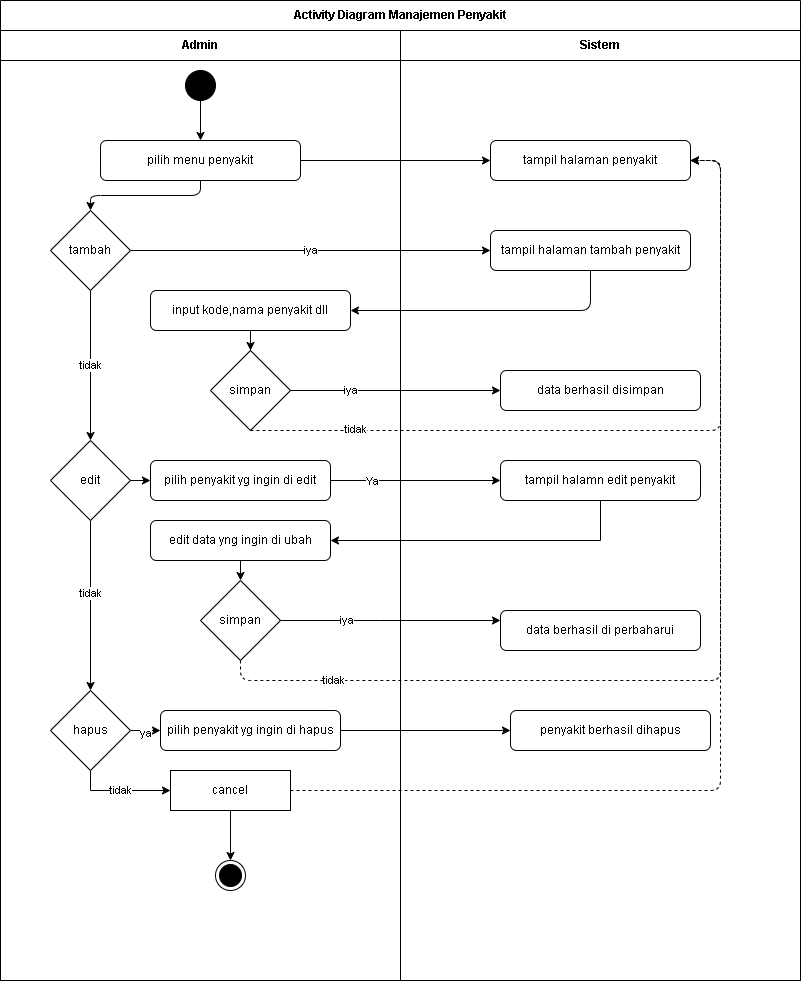
The draw.io diagram diagram/Activity/admin_penyakit.png in Jinsky/Jinsky, before a commit. Source tidied: cells renumbered, new cells last; positions are measured from the earlier drawing's top-left corner, leaving out a move shared by most shapes.
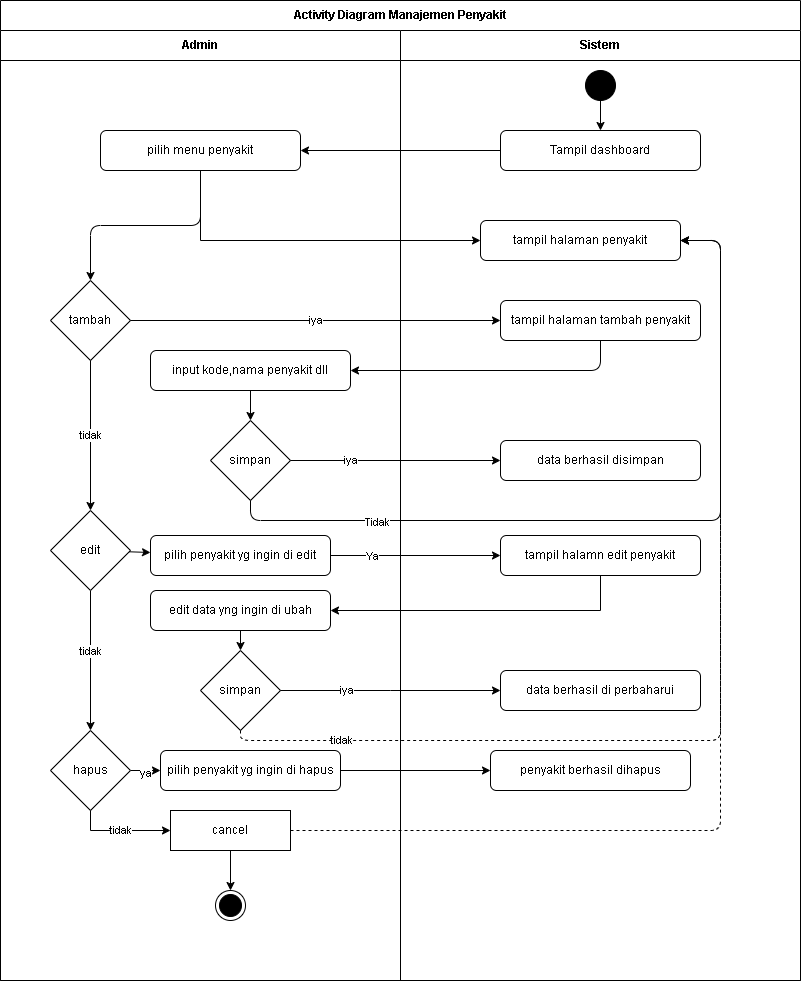
After the commit.

What changed in the source:
```diff
@@ -8,23 +8,20 @@
     <mxCell id="3" value="Admin" style="swimlane;html=1;startSize=30;whiteSpace=wrap;" parent="2" vertex="1">
       <mxGeometry y="30" width="400" height="950" as="geometry" />
     </mxCell>
-    <mxCell id="4" style="ellipse;whiteSpace=wrap;html=1;fillColor=#000000;" parent="3" vertex="1">
-      <mxGeometry x="185" y="40" width="30" height="30" as="geometry" />
-    </mxCell>
     <mxCell id="5" style="edgeStyle=orthogonalEdgeStyle;html=1;" parent="3" edge="1" source="6" target="7">
       <mxGeometry relative="1" as="geometry" />
     </mxCell>
     <mxCell id="6" value="pilih menu penyakit" style="rounded=1;whiteSpace=wrap;html=1;" parent="3" vertex="1">
-      <mxGeometry x="100" y="110" width="200" height="40" as="geometry" />
+      <mxGeometry x="100" y="100" width="200" height="40" as="geometry" />
     </mxCell>
     <mxCell id="7" value="tambah" style="rhombus;whiteSpace=wrap;html=1;" parent="3" vertex="1">
-      <mxGeometry x="50" y="180" width="80" height="80" as="geometry" />
+      <mxGeometry x="50" y="250" width="80" height="80" as="geometry" />
     </mxCell>
     <mxCell id="8" value="input kode,nama penyakit dll" style="rounded=1;whiteSpace=wrap;html=1;" parent="3" vertex="1">
-      <mxGeometry x="150" y="260" width="200" height="40" as="geometry" />
+      <mxGeometry x="150" y="320" width="200" height="40" as="geometry" />
     </mxCell>
     <mxCell id="9" value="simpan" style="rhombus;whiteSpace=wrap;html=1;" parent="3" vertex="1">
-      <mxGeometry x="210" y="320" width="80" height="80" as="geometry" />
+      <mxGeometry x="210" y="390" width="80" height="80" as="geometry" />
     </mxCell>
     <mxCell id="10" style="edgeStyle=none;html=1;entryX=0.5;entryY=0;entryDx=0;entryDy=0;" parent="3" edge="1" source="13" target="19">
       <mxGeometry relative="1" as="geometry" />
@@ -36,16 +33,16 @@
       <mxGeometry relative="1" as="geometry" />
     </mxCell>
     <mxCell id="13" value="edit" style="rhombus;whiteSpace=wrap;html=1;" parent="3" vertex="1">
-      <mxGeometry x="50" y="410" width="80" height="80" as="geometry" />
+      <mxGeometry x="50" y="480" width="80" height="80" as="geometry" />
     </mxCell>
     <mxCell id="14" style="edgeStyle=none;html=1;" parent="3" edge="1" source="15" target="16">
       <mxGeometry relative="1" as="geometry" />
     </mxCell>
     <mxCell id="15" value="edit data yng ingin di ubah" style="rounded=1;whiteSpace=wrap;html=1;" parent="3" vertex="1">
-      <mxGeometry x="150" y="490" width="180" height="40" as="geometry" />
+      <mxGeometry x="150" y="560" width="180" height="40" as="geometry" />
     </mxCell>
     <mxCell id="16" value="simpan" style="rhombus;whiteSpace=wrap;html=1;" parent="3" vertex="1">
-      <mxGeometry x="200" y="550" width="80" height="80" as="geometry" />
+      <mxGeometry x="200" y="620" width="80" height="80" as="geometry" />
     </mxCell>
     <mxCell id="17" style="edgeStyle=none;html=1;" parent="3" edge="1" source="19" target="24">
       <mxGeometry relative="1" as="geometry" />
@@ -54,55 +51,53 @@
       <mxGeometry x="-0.04" y="-2" relative="1" as="geometry" />
     </mxCell>
     <mxCell id="19" value="hapus" style="rhombus;whiteSpace=wrap;html=1;" parent="3" vertex="1">
-      <mxGeometry x="50" y="660" width="80" height="80" as="geometry" />
+      <mxGeometry x="50" y="700" width="80" height="80" as="geometry" />
     </mxCell>
     <mxCell id="20" style="edgeStyle=none;html=1;" parent="3" edge="1" source="21" target="22">
       <mxGeometry relative="1" as="geometry" />
     </mxCell>
     <mxCell id="21" value="cancel" style="rounded=1;whiteSpace=wrap;html=1;arcSize=0;" parent="3" vertex="1">
-      <mxGeometry x="170" y="740" width="120" height="40" as="geometry" />
+      <mxGeometry x="170" y="780" width="120" height="40" as="geometry" />
     </mxCell>
     <mxCell id="22" style="ellipse;html=1;shape=endState;fillColor=#000000;strokeColor=#000000;" parent="3" vertex="1">
-      <mxGeometry x="215" y="830" width="30" height="30" as="geometry" />
+      <mxGeometry x="215" y="860" width="30" height="30" as="geometry" />
     </mxCell>
     <mxCell id="23" value="pilih penyakit yg ingin di edit" style="rounded=1;whiteSpace=wrap;html=1;" parent="3" vertex="1">
-      <mxGeometry x="150" y="430" width="180" height="40" as="geometry" />
+      <mxGeometry x="150" y="505" width="180" height="40" as="geometry" />
     </mxCell>
     <mxCell id="24" value="pilih penyakit yg ingin di hapus" style="rounded=1;whiteSpace=wrap;html=1;" parent="3" vertex="1">
-      <mxGeometry x="160" y="680" width="180" height="40" as="geometry" />
+      <mxGeometry x="160" y="720" width="180" height="40" as="geometry" />
     </mxCell>
     <mxCell id="25" value="Sistem" style="swimlane;html=1;startSize=30;whiteSpace=wrap;" parent="2" vertex="1">
       <mxGeometry x="400" y="30" width="400" height="950" as="geometry" />
     </mxCell>
     <mxCell id="26" value="tampil halaman penyakit" style="rounded=1;whiteSpace=wrap;html=1;" parent="25" vertex="1">
-      <mxGeometry x="90" y="110" width="200" height="40" as="geometry" />
+      <mxGeometry x="80" y="190" width="200" height="40" as="geometry" />
     </mxCell>
     <mxCell id="27" value="tampil halaman tambah penyakit" style="rounded=1;whiteSpace=wrap;html=1;" parent="25" vertex="1">
-      <mxGeometry x="90" y="200" width="200" height="40" as="geometry" />
+      <mxGeometry x="100" y="270" width="200" height="40" as="geometry" />
     </mxCell>
     <mxCell id="28" value="data berhasil disimpan" style="rounded=1;whiteSpace=wrap;html=1;" parent="25" vertex="1">
-      <mxGeometry x="100" y="340" width="200" height="40" as="geometry" />
+      <mxGeometry x="100" y="410" width="200" height="40" as="geometry" />
     </mxCell>
     <mxCell id="29" value="tampil halamn edit penyakit" style="rounded=1;whiteSpace=wrap;html=1;" parent="25" vertex="1">
-      <mxGeometry x="100" y="430" width="200" height="40" as="geometry" />
+      <mxGeometry x="100" y="505" width="200" height="40" as="geometry" />
     </mxCell>
     <mxCell id="30" value="data berhasil di perbaharui" style="rounded=1;whiteSpace=wrap;html=1;" parent="25" vertex="1">
-      <mxGeometry x="100" y="580" width="200" height="40" as="geometry" />
+      <mxGeometry x="100" y="640" width="200" height="40" as="geometry" />
     </mxCell>
     <mxCell id="31" value="penyakit berhasil dihapus" style="rounded=1;whiteSpace=wrap;html=1;" parent="25" vertex="1">
-      <mxGeometry x="110" y="680" width="200" height="40" as="geometry" />
+      <mxGeometry x="90" y="720" width="200" height="40" as="geometry" />
     </mxCell>
-    <mxCell id="32" style="edgeStyle=orthogonalEdgeStyle;html=1;entryX=1;entryY=0.5;entryDx=0;entryDy=0;exitX=0.5;exitY=1;exitDx=0;exitDy=0;dashed=1;" parent="25" edge="1" source="9" target="26">
-      <mxGeometry relative="1" as="geometry">
-        <Array as="points">
-          <mxPoint x="320" y="400" />
-          <mxPoint x="320" y="130" />
-        </Array>
-      </mxGeometry>
-    </mxCell>
-    <mxCell id="33" value="tidak" style="edgeLabel;html=1;align=center;verticalAlign=middle;" parent="32" vertex="1">
-      <mxGeometry x="-0.73" y="2" relative="1" as="geometry" />
-    </mxCell>
+    <mxCell id="50" style="edgeStyle=none;html=1;" parent="25" edge="1" source="4" target="51">
+      <mxGeometry relative="1" as="geometry" />
+    </mxCell>
+    <mxCell id="4" style="ellipse;whiteSpace=wrap;html=1;fillColor=#000000;" parent="25" vertex="1">
+      <mxGeometry x="185" y="40" width="30" height="30" as="geometry" />
+    </mxCell>
+    <mxCell id="51" value="Tampil dashboard" style="rounded=1;whiteSpace=wrap;html=1;" parent="25" vertex="1">
+      <mxGeometry x="100" y="100" width="200" height="40" as="geometry" />
+    </mxCell>
     <mxCell id="34" style="edgeStyle=orthogonalEdgeStyle;html=1;entryX=1;entryY=0.5;entryDx=0;entryDy=0;exitX=0.5;exitY=1;exitDx=0;exitDy=0;" parent="2" edge="1" source="27" target="8">
       <mxGeometry relative="1" as="geometry" />
     </mxCell>
@@ -112,34 +107,51 @@
     <mxCell id="36" value="Ya" style="edgeLabel;html=1;align=center;verticalAlign=middle;" parent="35" vertex="1">
       <mxGeometry x="-0.51" relative="1" as="geometry" />
     </mxCell>
+    <mxCell id="39" style="edgeStyle=orthogonalEdgeStyle;html=1;exitX=1;exitY=0.5;exitDx=0;exitDy=0;entryX=1;entryY=0.5;entryDx=0;entryDy=0;dashed=1;" parent="2" edge="1" source="21" target="26">
+      <mxGeometry relative="1" as="geometry">
+        <Array as="points">
+          <mxPoint x="720" y="830" />
+          <mxPoint x="720" y="240" />
+        </Array>
+      </mxGeometry>
+    </mxCell>
+    <mxCell id="40" style="edgeStyle=none;html=1;entryX=0;entryY=0.5;entryDx=0;entryDy=0;" parent="2" edge="1" source="24" target="31">
+      <mxGeometry relative="1" as="geometry" />
+    </mxCell>
+    <mxCell id="52" style="edgeStyle=orthogonalEdgeStyle;html=1;exitX=0.5;exitY=1;exitDx=0;exitDy=0;" parent="2" edge="1" source="9">
+      <mxGeometry relative="1" as="geometry">
+        <mxPoint x="680" y="240" as="targetPoint" />
+        <Array as="points">
+          <mxPoint x="250" y="520" />
+          <mxPoint x="720" y="520" />
+          <mxPoint x="720" y="240" />
+        </Array>
+      </mxGeometry>
+    </mxCell>
+    <mxCell id="53" value="Tidak" style="edgeLabel;html=1;align=center;verticalAlign=middle;" parent="52" vertex="1">
+      <mxGeometry x="-0.64" y="-1" relative="1" as="geometry" />
+    </mxCell>
+    <mxCell id="54" style="edgeStyle=none;html=1;entryX=1;entryY=0.5;entryDx=0;entryDy=0;" parent="2" edge="1" source="51" target="6">
+      <mxGeometry relative="1" as="geometry" />
+    </mxCell>
     <mxCell id="37" style="edgeStyle=orthogonalEdgeStyle;html=1;entryX=1;entryY=0.5;entryDx=0;entryDy=0;exitX=0.5;exitY=1;exitDx=0;exitDy=0;dashed=1;" parent="2" edge="1" source="16" target="26">
       <mxGeometry relative="1" as="geometry">
         <Array as="points">
-          <mxPoint x="240" y="680" />
-          <mxPoint x="720" y="680" />
-          <mxPoint x="720" y="160" />
+          <mxPoint x="240" y="740" />
+          <mxPoint x="720" y="740" />
+          <mxPoint x="720" y="240" />
         </Array>
       </mxGeometry>
     </mxCell>
     <mxCell id="38" value="tidak" style="edgeLabel;html=1;align=center;verticalAlign=middle;" parent="37" vertex="1">
       <mxGeometry x="-0.79" y="1" relative="1" as="geometry" />
     </mxCell>
-    <mxCell id="39" style="edgeStyle=orthogonalEdgeStyle;html=1;exitX=1;exitY=0.5;exitDx=0;exitDy=0;entryX=1;entryY=0.5;entryDx=0;entryDy=0;dashed=1;" parent="2" edge="1" source="21" target="26">
-      <mxGeometry relative="1" as="geometry">
-        <Array as="points">
-          <mxPoint x="720" y="790" />
-          <mxPoint x="720" y="160" />
-        </Array>
-      </mxGeometry>
-    </mxCell>
-    <mxCell id="40" style="edgeStyle=none;html=1;entryX=0;entryY=0.5;entryDx=0;entryDy=0;" parent="2" edge="1" source="24" target="31">
-      <mxGeometry relative="1" as="geometry" />
-    </mxCell>
-    <mxCell id="41" style="edgeStyle=orthogonalEdgeStyle;rounded=0;jettySize=auto;html=1;" parent="1" edge="1" source="4" target="6">
-      <mxGeometry relative="1" as="geometry" />
-    </mxCell>
     <mxCell id="42" style="edgeStyle=orthogonalEdgeStyle;rounded=0;jettySize=auto;html=1;" parent="1" edge="1" source="6" target="26">
-      <mxGeometry relative="1" as="geometry" />
+      <mxGeometry relative="1" as="geometry">
+        <Array as="points">
+          <mxPoint x="200" y="240" />
+        </Array>
+      </mxGeometry>
     </mxCell>
     <mxCell id="43" value="iya" style="edgeStyle=orthogonalEdgeStyle;rounded=0;jettySize=auto;html=1;" parent="1" edge="1" source="7" target="27">
       <mxGeometry relative="1" as="geometry" />
@@ -163,8 +175,8 @@
     <mxCell id="48" value="iya" style="edgeStyle=orthogonalEdgeStyle;rounded=0;jettySize=auto;html=1;" parent="1" edge="1" source="16" target="30">
       <mxGeometry x="-0.4" relative="1" as="geometry">
         <Array as="points">
-          <mxPoint x="380" y="620" />
-          <mxPoint x="380" y="620" />
+          <mxPoint x="390" y="690" />
+          <mxPoint x="390" y="690" />
         </Array>
       </mxGeometry>
     </mxCell>
```
